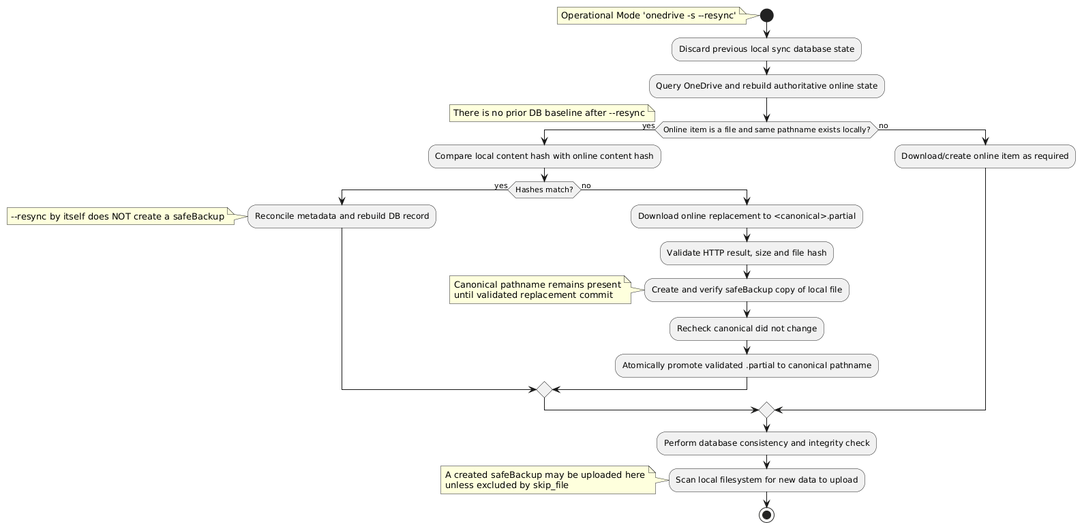
Earlier version of the PlantUML export docs/puml/conflict_handling_default_resync.png (abraunegg/onedrive).
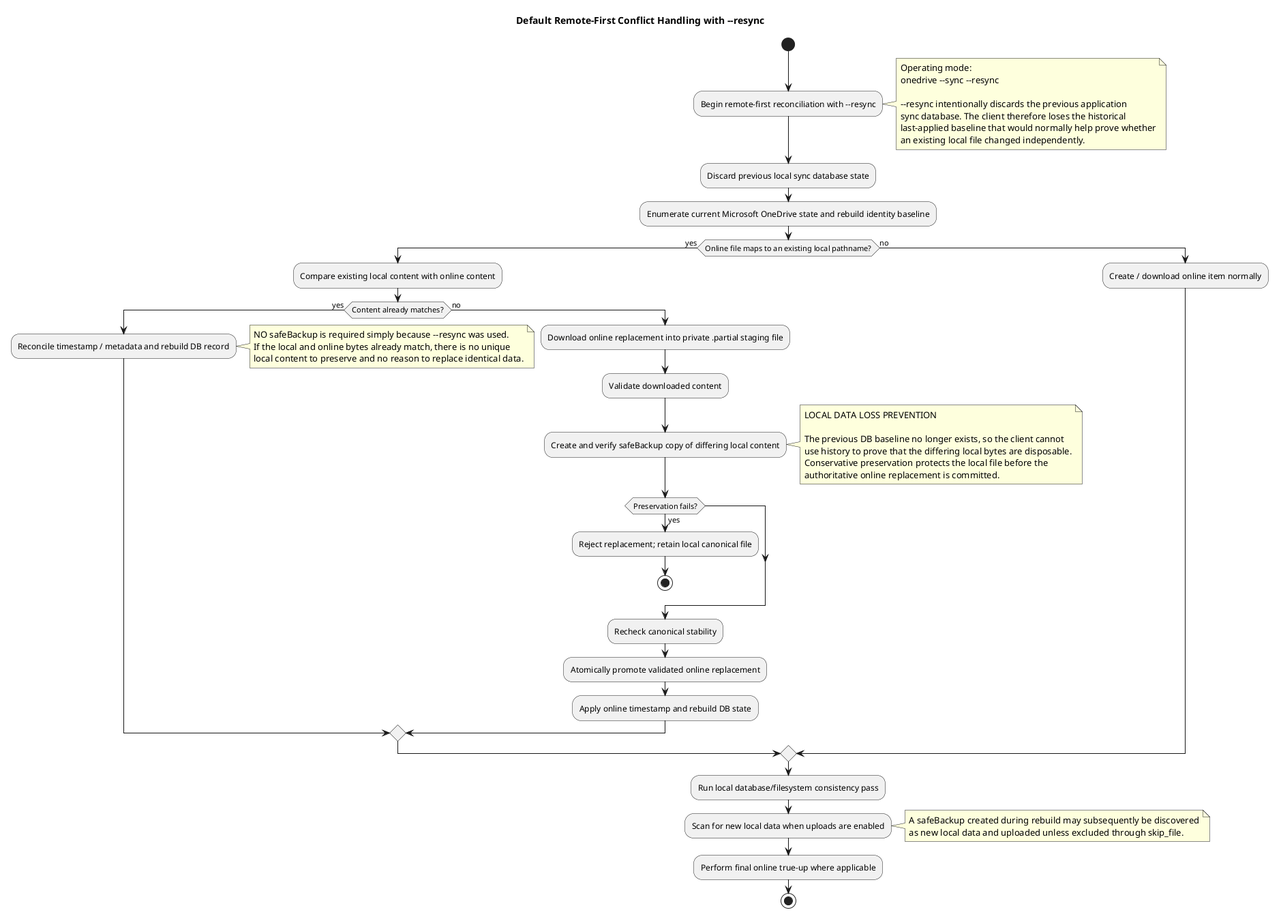
After the commit.

Change to the diagram source:
```diff
@@ -1,27 +1,60 @@
 @startuml
+title Default Remote-First Conflict Handling with ~--resync
 start
-note left: Operational Mode 'onedrive -s --resync'
+
+:Begin remote-first reconciliation with ~--resync;
+note right
+  Operating mode:
+  onedrive ~--sync ~--resync
+
+  ~--resync intentionally discards the previous application
+  sync database. The client therefore loses the historical
+  last-applied baseline that would normally help prove whether
+  an existing local file changed independently.
+end note
+
 :Discard previous local sync database state;
-:Query OneDrive and rebuild authoritative online state;
-if (Online item is a file and same pathname exists locally?) then (yes)
-  note left: There is no prior DB baseline after --resync
-  :Compare local content hash with online content hash;
-  if (Hashes match?) then (yes)
-    :Reconcile metadata and rebuild DB record;
-    note left: --resync by itself does NOT create a safeBackup
+:Enumerate current Microsoft OneDrive state and rebuild identity baseline;
+
+if (Online file maps to an existing local pathname?) then (yes)
+  :Compare existing local content with online content;
+  if (Content already matches?) then (yes)
+    :Reconcile timestamp / metadata and rebuild DB record;
+    note right
+      NO safeBackup is required simply because ~--resync was used.
+      If the local and online bytes already match, there is no unique
+      local content to preserve and no reason to replace identical data.
+    end note
   else (no)
-    :Download online replacement to <canonical>.partial;
-    :Validate HTTP result, size and file hash;
-    :Create and verify safeBackup copy of local file;
-    note left: Canonical pathname remains present\nuntil validated replacement commit
-    :Recheck canonical did not change;
-    :Atomically promote validated .partial to canonical pathname;
+    :Download online replacement into private .partial staging file;
+    :Validate downloaded content;
+    :Create and verify safeBackup copy of differing local content;
+    note right
+      LOCAL DATA LOSS PREVENTION
+
+      The previous DB baseline no longer exists, so the client cannot
+      use history to prove that the differing local bytes are disposable.
+      Conservative preservation protects the local file before the
+      authoritative online replacement is committed.
+    end note
+    if (Preservation fails?) then (yes)
+      :Reject replacement; retain local canonical file;
+      stop
+    endif
+    :Recheck canonical stability;
+    :Atomically promote validated online replacement;
+    :Apply online timestamp and rebuild DB state;
   endif
 else (no)
-  :Download/create online item as required;
+  :Create / download online item normally;
 endif
-:Perform database consistency and integrity check;
-:Scan local filesystem for new data to upload;
-note left: A created safeBackup may be uploaded here\nunless excluded by skip_file
+
+:Run local database/filesystem consistency pass;
+:Scan for new local data when uploads are enabled;
+note right
+  A safeBackup created during rebuild may subsequently be discovered
+  as new local data and uploaded unless excluded through skip_file.
+end note
+:Perform final online true-up where applicable;
 stop
 @enduml
```
